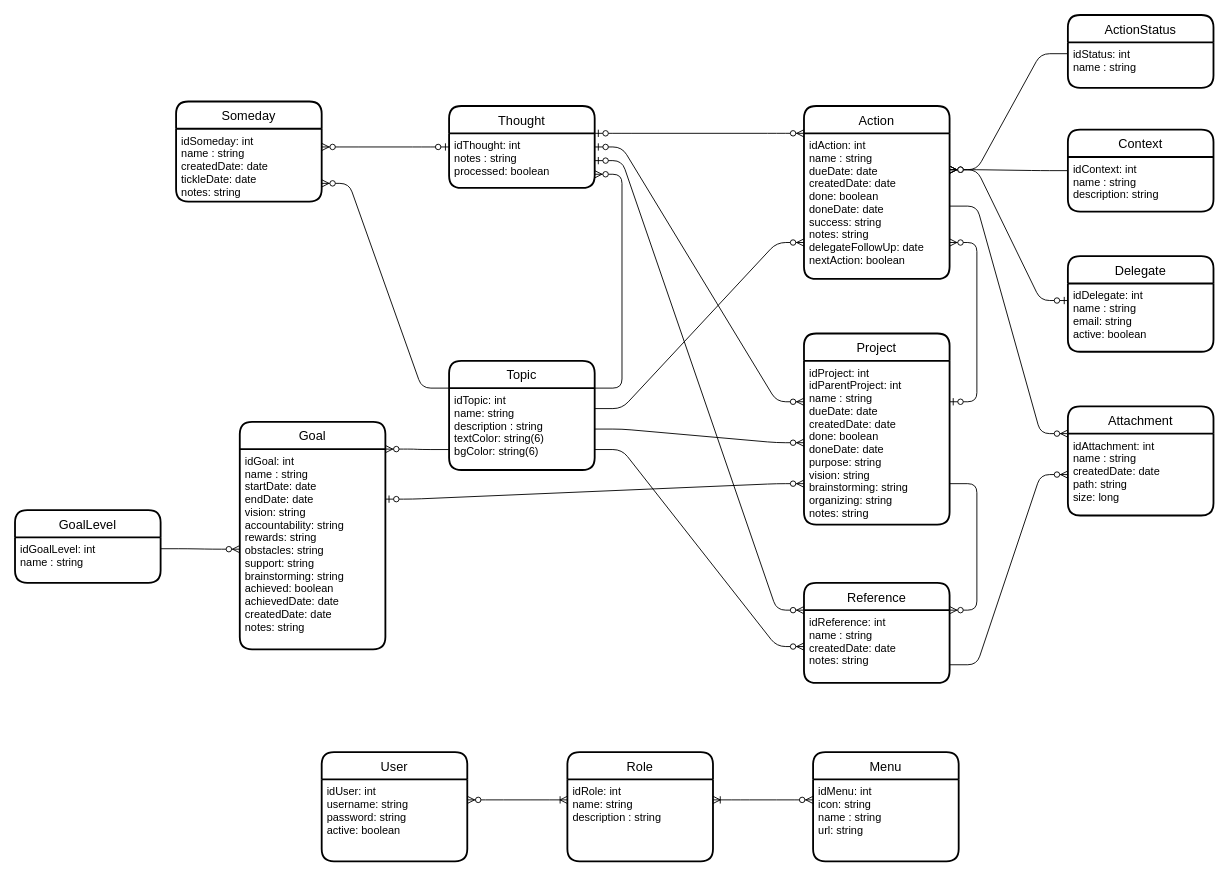
Earlier version of the draw.io diagram documentacion/Modelo.drawio (nicolas-parrado/escalab-spring-proyecto-final). Source tidied: cells renumbered, new cells numbered last; positions are measured from the earlier drawing's top-left corner, leaving out a move shared by most shapes. Both pictures are drawn from the tidied source at 91%, with x=0, y=0 at pixel (15, 15).
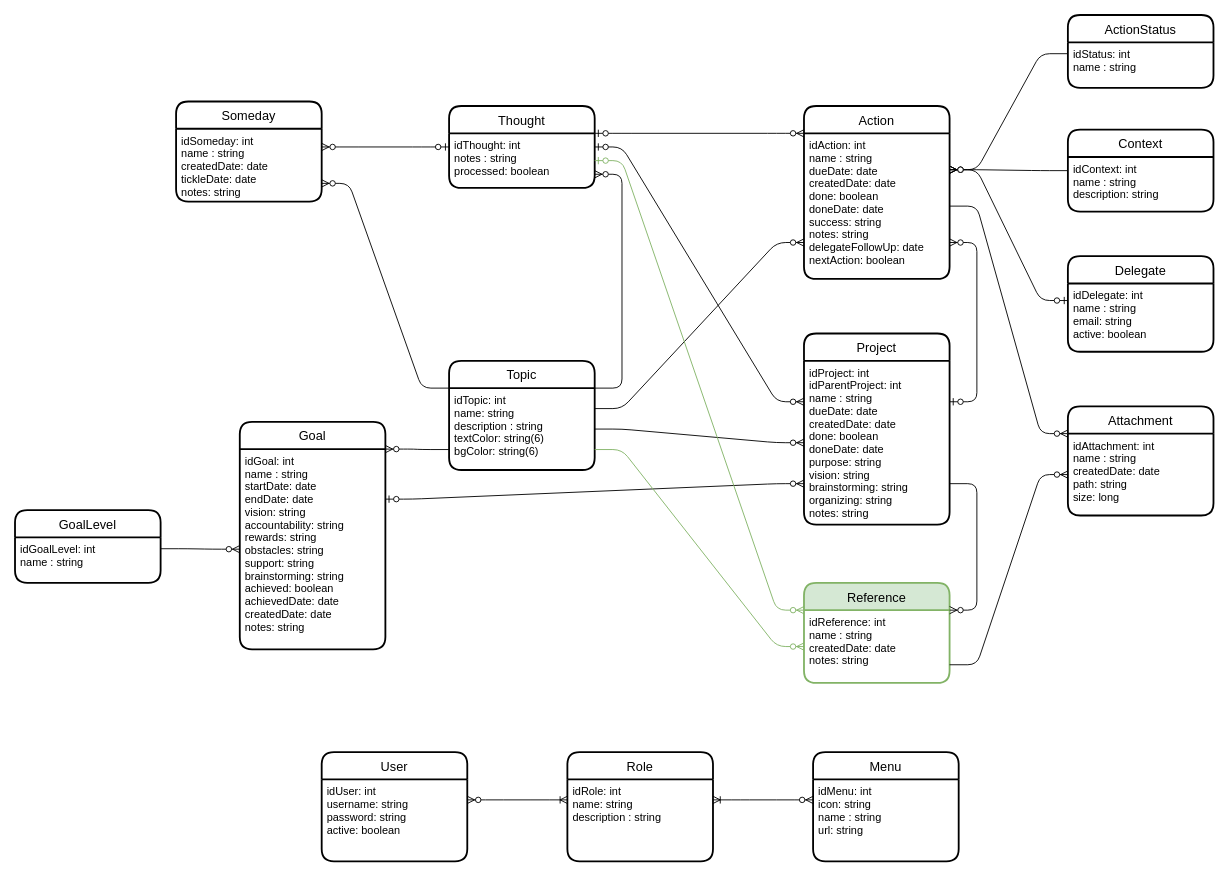
The same diagram, later.

The change refers to these unchanged cells:
```xml
<mxCell id="3" value="idThought: int&#10;notes : string&#10;processed: boolean" style="align=left;strokeColor=none;fillColor=none;spacingLeft=4;fontSize=12;verticalAlign=top;" parent="2" vertex="1">
  <mxGeometry y="30" width="160" height="60" as="geometry" />
</mxCell>
<mxCell id="9" value="idTopic: int&#10;name: string&#10;description : string&#10;textColor: string(6)&#10;bgColor: string(6)" style="align=left;strokeColor=none;fillColor=none;spacingLeft=4;fontSize=12;verticalAlign=top;" parent="8" vertex="1">
  <mxGeometry y="30" width="160" height="90" as="geometry" />
</mxCell>
<mxCell id="33" value="idReference: int&#10;name : string&#10;createdDate: date&#10;notes: string" style="align=left;strokeColor=none;fillColor=none;spacingLeft=4;fontSize=12;verticalAlign=top;" parent="32" vertex="1">
  <mxGeometry y="30" width="160" height="80" as="geometry" />
</mxCell>
```

Diff of the diagram source:
```diff
@@
-    <mxCell id="32" value="Reference" style="swimlane;horizontal=1;startSize=30;rounded=1;fontSize=14;fontStyle=0;strokeWidth=2;shadow=0;dashed=0;align=center;" parent="1" vertex="1">
+    <mxCell id="32" value="Reference" style="swimlane;horizontal=1;startSize=30;rounded=1;fontSize=14;fontStyle=0;strokeWidth=2;shadow=0;dashed=0;align=center;fillColor=#d5e8d4;strokeColor=#82b366;" parent="1" vertex="1">
       <mxGeometry x="867" y="624" width="160" height="110" as="geometry" />
     </mxCell>
@@
-    <mxCell id="34" style="edgeStyle=entityRelationEdgeStyle;fontSize=12;html=1;endArrow=ERzeroToMany;endFill=1;exitX=1;exitY=0.75;exitDx=0;exitDy=0;" parent="1" edge="1" source="9" target="33">
+    <mxCell id="34" style="edgeStyle=entityRelationEdgeStyle;fontSize=12;html=1;endArrow=ERzeroToMany;endFill=1;exitX=1;exitY=0.75;exitDx=0;exitDy=0;fillColor=#d5e8d4;strokeColor=#82b366;" parent="1" edge="1" source="9" target="33">
       <mxGeometry relative="1" as="geometry" />
     </mxCell>
-    <mxCell id="35" style="edgeStyle=entityRelationEdgeStyle;fontSize=12;html=1;endArrow=ERzeroToMany;startArrow=ERzeroToOne;entryX=0;entryY=0;entryDx=0;entryDy=0;exitX=1;exitY=0.5;exitDx=0;exitDy=0;" parent="1" edge="1" source="3" target="33">
+    <mxCell id="35" style="edgeStyle=entityRelationEdgeStyle;fontSize=12;html=1;endArrow=ERzeroToMany;startArrow=ERzeroToOne;entryX=0;entryY=0;entryDx=0;entryDy=0;exitX=1;exitY=0.5;exitDx=0;exitDy=0;fillColor=#d5e8d4;strokeColor=#82b366;" parent="1" edge="1" source="3" target="33">
       <mxGeometry relative="1" as="geometry" />
     </mxCell>
```
